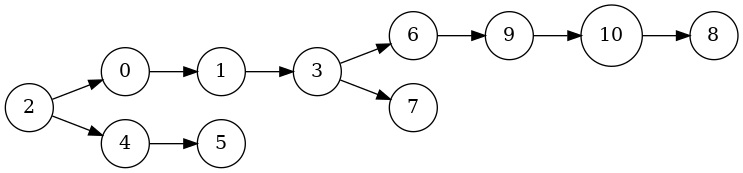
Earlier version of the Graphviz export teste.png (mpazmarcato/Trabalho-U1-Grafos). Its source is kept beside it as teste.dot. Source of this version:
```dot
digraph G {
  rankdir=LR;
  node [shape=circle];
  0
  1
  2
  3
  4
  5
  6
  7
  8
  9
  10
  2 -> 0;
  0 -> 1;
  1 -> 3;
  2 -> 4;
  4 -> 5;
  3 -> 6;
  3 -> 7;
  10 -> 8;
  6 -> 9;
  9 -> 10;
 }
```
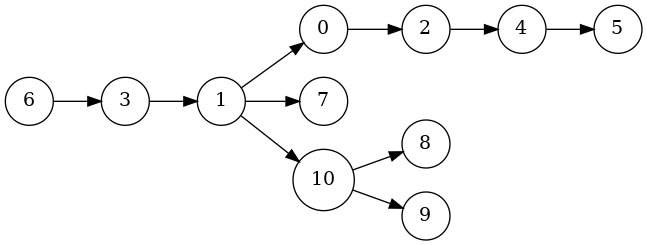
The same diagram one commit later.

What changed in the source:
```diff
@@ -12,14 +12,14 @@
   8
   9
   10
-  2 -> 0;
-  0 -> 1;
-  1 -> 3;
+  1 -> 0;
+  3 -> 1;
+  0 -> 2;
+  6 -> 3;
   2 -> 4;
   4 -> 5;
-  3 -> 6;
-  3 -> 7;
+  1 -> 7;
   10 -> 8;
-  6 -> 9;
-  9 -> 10;
+  10 -> 9;
+  1 -> 10;
  }
```
